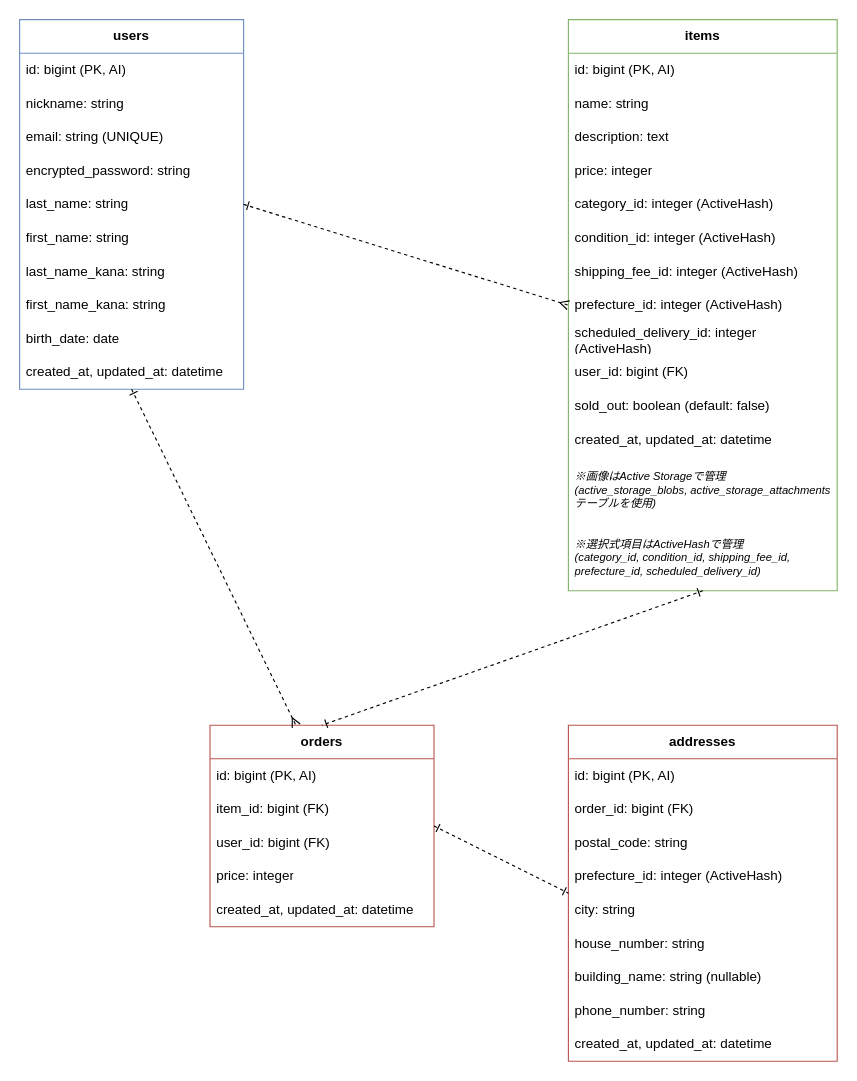
Earlier version of the draw.io diagram furima-46344_er.dio (kaji-hub/furima-46344). Source tidied: cells renumbered, new cells numbered last; positions are measured from the earlier drawing's top-left corner, leaving out a move shared by most shapes. Both pictures are drawn from the tidied source at 112%, with x=0, y=0 at pixel (19, 19).
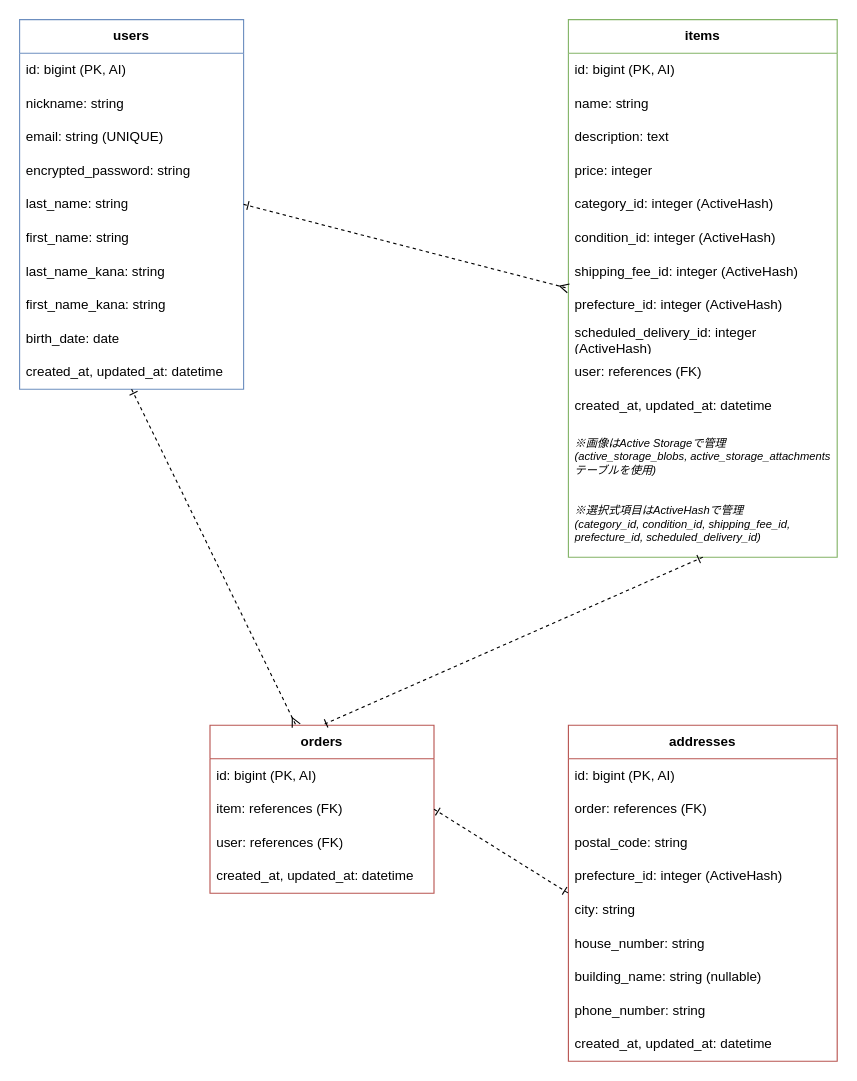
After the change.

Commit message (it also covers changes not shown here):
README修正、ER図修正

Unchanged cells that the change refers to:
```xml
<mxCell id="34" value="addresses" style="swimlane;fontStyle=1;horizontal=1;startSize=30;whiteSpace=wrap;html=1;fillColor=none;strokeColor=#b85450;" parent="1" vertex="1">
  <mxGeometry x="490" y="630" width="240" height="300" as="geometry" />
</mxCell>
```

Change to the diagram source:
```diff
@@
     <mxCell id="13" value="items" style="swimlane;fontStyle=1;horizontal=1;startSize=30;whiteSpace=wrap;html=1;fillColor=none;strokeColor=#82b366;" parent="1" vertex="1">
-      <mxGeometry x="490" width="240" height="510" as="geometry" />
+      <mxGeometry x="490" width="240" height="480" as="geometry" />
     </mxCell>
@@
-    <mxCell id="23" value="user_id: bigint (FK)" style="text;strokeColor=none;fillColor=none;align=left;verticalAlign=middle;spacingLeft=4;spacingRight=4;overflow=hidden;whiteSpace=wrap;html=1;fontStyle=0;" parent="13" vertex="1">
+    <mxCell id="23" value="user: references (FK)" style="text;strokeColor=none;fillColor=none;align=left;verticalAlign=middle;spacingLeft=4;spacingRight=4;overflow=hidden;whiteSpace=wrap;html=1;fontStyle=0;" parent="13" vertex="1">
       <mxGeometry y="300" width="240" height="30" as="geometry" />
     </mxCell>
-    <mxCell id="24" value="sold_out: boolean (default: false)" style="text;strokeColor=none;fillColor=none;align=left;verticalAlign=middle;spacingLeft=4;spacingRight=4;overflow=hidden;whiteSpace=wrap;html=1;fontStyle=0;" parent="13" vertex="1">
-      <mxGeometry y="330" width="240" height="30" as="geometry" />
-    </mxCell>
     <mxCell id="25" value="created_at, updated_at: datetime" style="text;strokeColor=none;fillColor=none;align=left;verticalAlign=middle;spacingLeft=4;spacingRight=4;overflow=hidden;whiteSpace=wrap;html=1;fontStyle=0;" parent="13" vertex="1">
-      <mxGeometry y="360" width="240" height="30" as="geometry" />
+      <mxGeometry y="330" width="240" height="30" as="geometry" />
     </mxCell>
     <mxCell id="26" value="※画像はActive Storageで管理&#10;(active_storage_blobs, active_storage_attachmentsテーブルを使用)" style="text;align=left;verticalAlign=middle;spacingLeft=4;spacingRight=4;overflow=hidden;whiteSpace=wrap;html=1;fontStyle=2;fontSize=10;" parent="13" vertex="1">
-      <mxGeometry y="390" width="240" height="60" as="geometry" />
+      <mxGeometry y="360" width="240" height="60" as="geometry" />
     </mxCell>
     <mxCell id="27" value="※選択式項目はActiveHashで管理&#10;(category_id, condition_id, shipping_fee_id,&#10;prefecture_id, scheduled_delivery_id)" style="text;align=left;verticalAlign=middle;spacingLeft=4;spacingRight=4;overflow=hidden;whiteSpace=wrap;html=1;fontStyle=2;fontSize=10;" parent="13" vertex="1">
-      <mxGeometry y="450" width="240" height="60" as="geometry" />
+      <mxGeometry y="420" width="240" height="60" as="geometry" />
     </mxCell>
     <mxCell id="28" value="orders" style="swimlane;fontStyle=1;horizontal=1;startSize=30;whiteSpace=wrap;html=1;fillColor=none;strokeColor=#b85450;" parent="1" vertex="1">
-      <mxGeometry x="170" y="630" width="200" height="180" as="geometry" />
+      <mxGeometry x="170" y="630" width="200" height="150" as="geometry" />
     </mxCell>
@@
-    <mxCell id="30" value="item_id: bigint (FK)" style="text;strokeColor=none;fillColor=none;align=left;verticalAlign=middle;spacingLeft=4;spacingRight=4;overflow=hidden;whiteSpace=wrap;html=1;fontStyle=0;" parent="28" vertex="1">
+    <mxCell id="30" value="item: references (FK)" style="text;strokeColor=none;fillColor=none;align=left;verticalAlign=middle;spacingLeft=4;spacingRight=4;overflow=hidden;whiteSpace=wrap;html=1;fontStyle=0;" parent="28" vertex="1">
       <mxGeometry y="60" width="200" height="30" as="geometry" />
     </mxCell>
-    <mxCell id="31" value="user_id: bigint (FK)" style="text;strokeColor=none;fillColor=none;align=left;verticalAlign=middle;spacingLeft=4;spacingRight=4;overflow=hidden;whiteSpace=wrap;html=1;fontStyle=0;" parent="28" vertex="1">
+    <mxCell id="31" value="user: references (FK)" style="text;strokeColor=none;fillColor=none;align=left;verticalAlign=middle;spacingLeft=4;spacingRight=4;overflow=hidden;whiteSpace=wrap;html=1;fontStyle=0;" parent="28" vertex="1">
       <mxGeometry y="90" width="200" height="30" as="geometry" />
     </mxCell>
-    <mxCell id="32" value="price: integer" style="text;strokeColor=none;fillColor=none;align=left;verticalAlign=middle;spacingLeft=4;spacingRight=4;overflow=hidden;whiteSpace=wrap;html=1;fontStyle=0;" parent="28" vertex="1">
-      <mxGeometry y="120" width="200" height="30" as="geometry" />
-    </mxCell>
     <mxCell id="33" value="created_at, updated_at: datetime" style="text;strokeColor=none;fillColor=none;align=left;verticalAlign=middle;spacingLeft=4;spacingRight=4;overflow=hidden;whiteSpace=wrap;html=1;fontStyle=0;" parent="28" vertex="1">
-      <mxGeometry y="150" width="200" height="30" as="geometry" />
+      <mxGeometry y="120" width="200" height="30" as="geometry" />
     </mxCell>
@@
-    <mxCell id="36" value="order_id: bigint (FK)" style="text;strokeColor=none;fillColor=none;align=left;verticalAlign=middle;spacingLeft=4;spacingRight=4;overflow=hidden;whiteSpace=wrap;html=1;fontStyle=0;" parent="34" vertex="1">
+    <mxCell id="36" value="order: references (FK)" style="text;strokeColor=none;fillColor=none;align=left;verticalAlign=middle;spacingLeft=4;spacingRight=4;overflow=hidden;whiteSpace=wrap;html=1;fontStyle=0;" parent="34" vertex="1">
       <mxGeometry y="60" width="240" height="30" as="geometry" />
     </mxCell>
```
